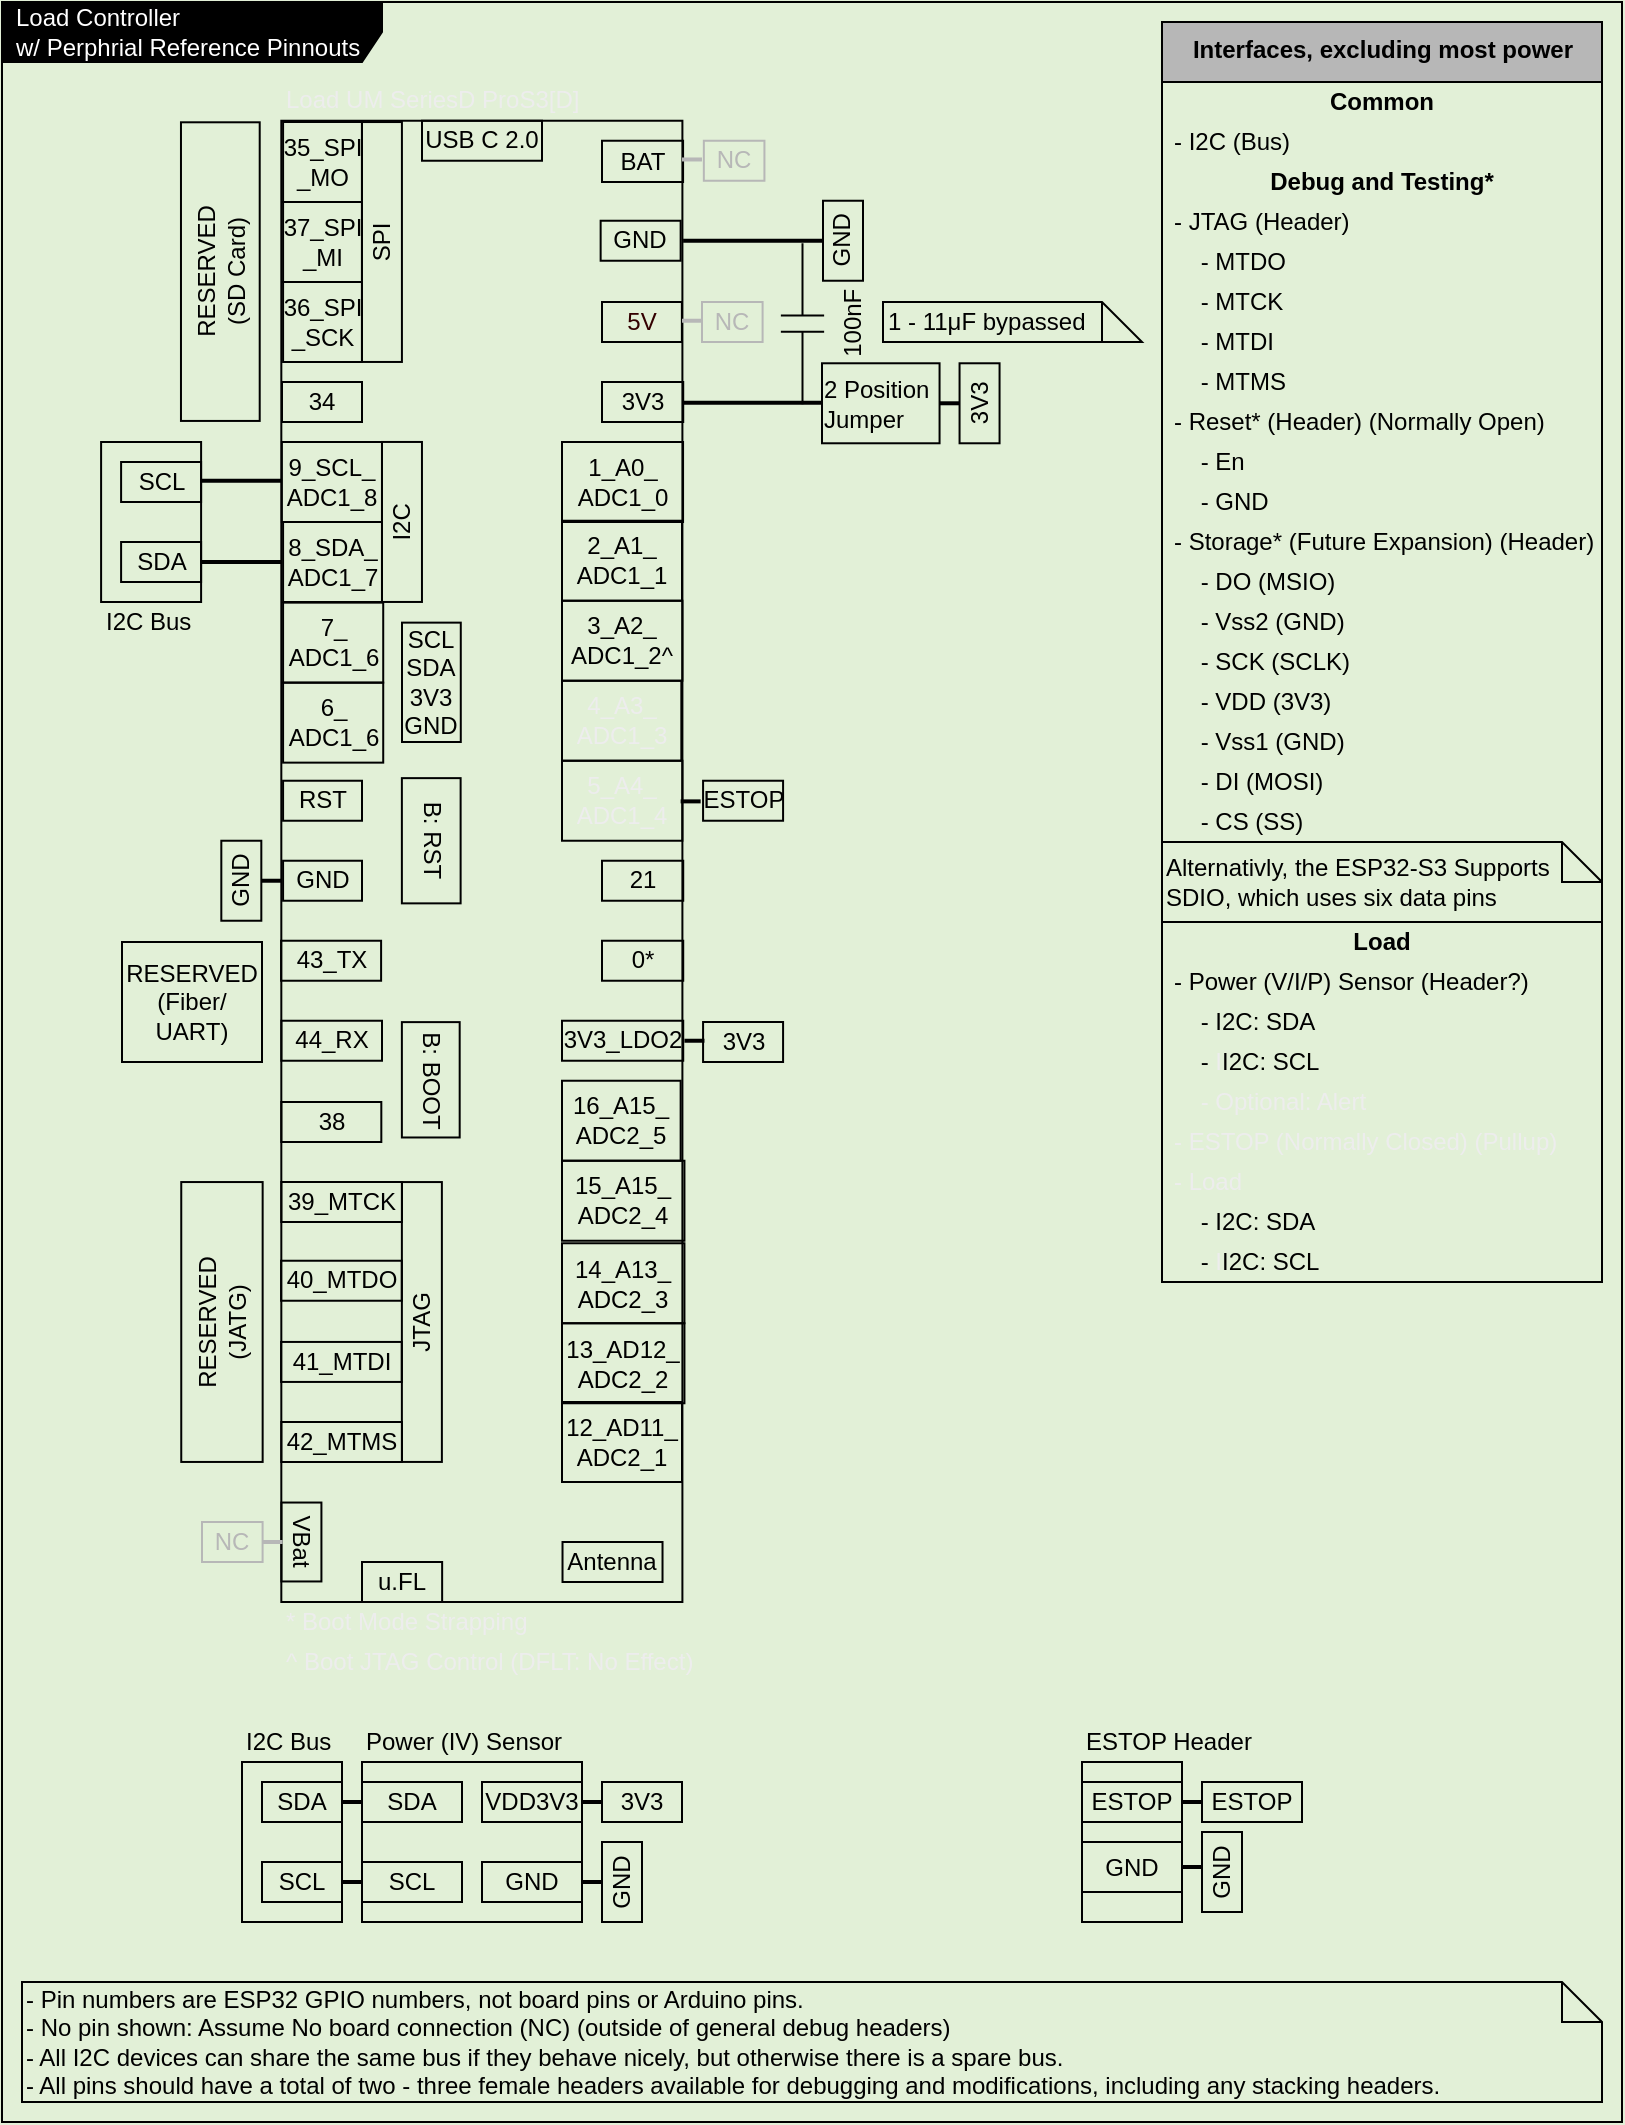
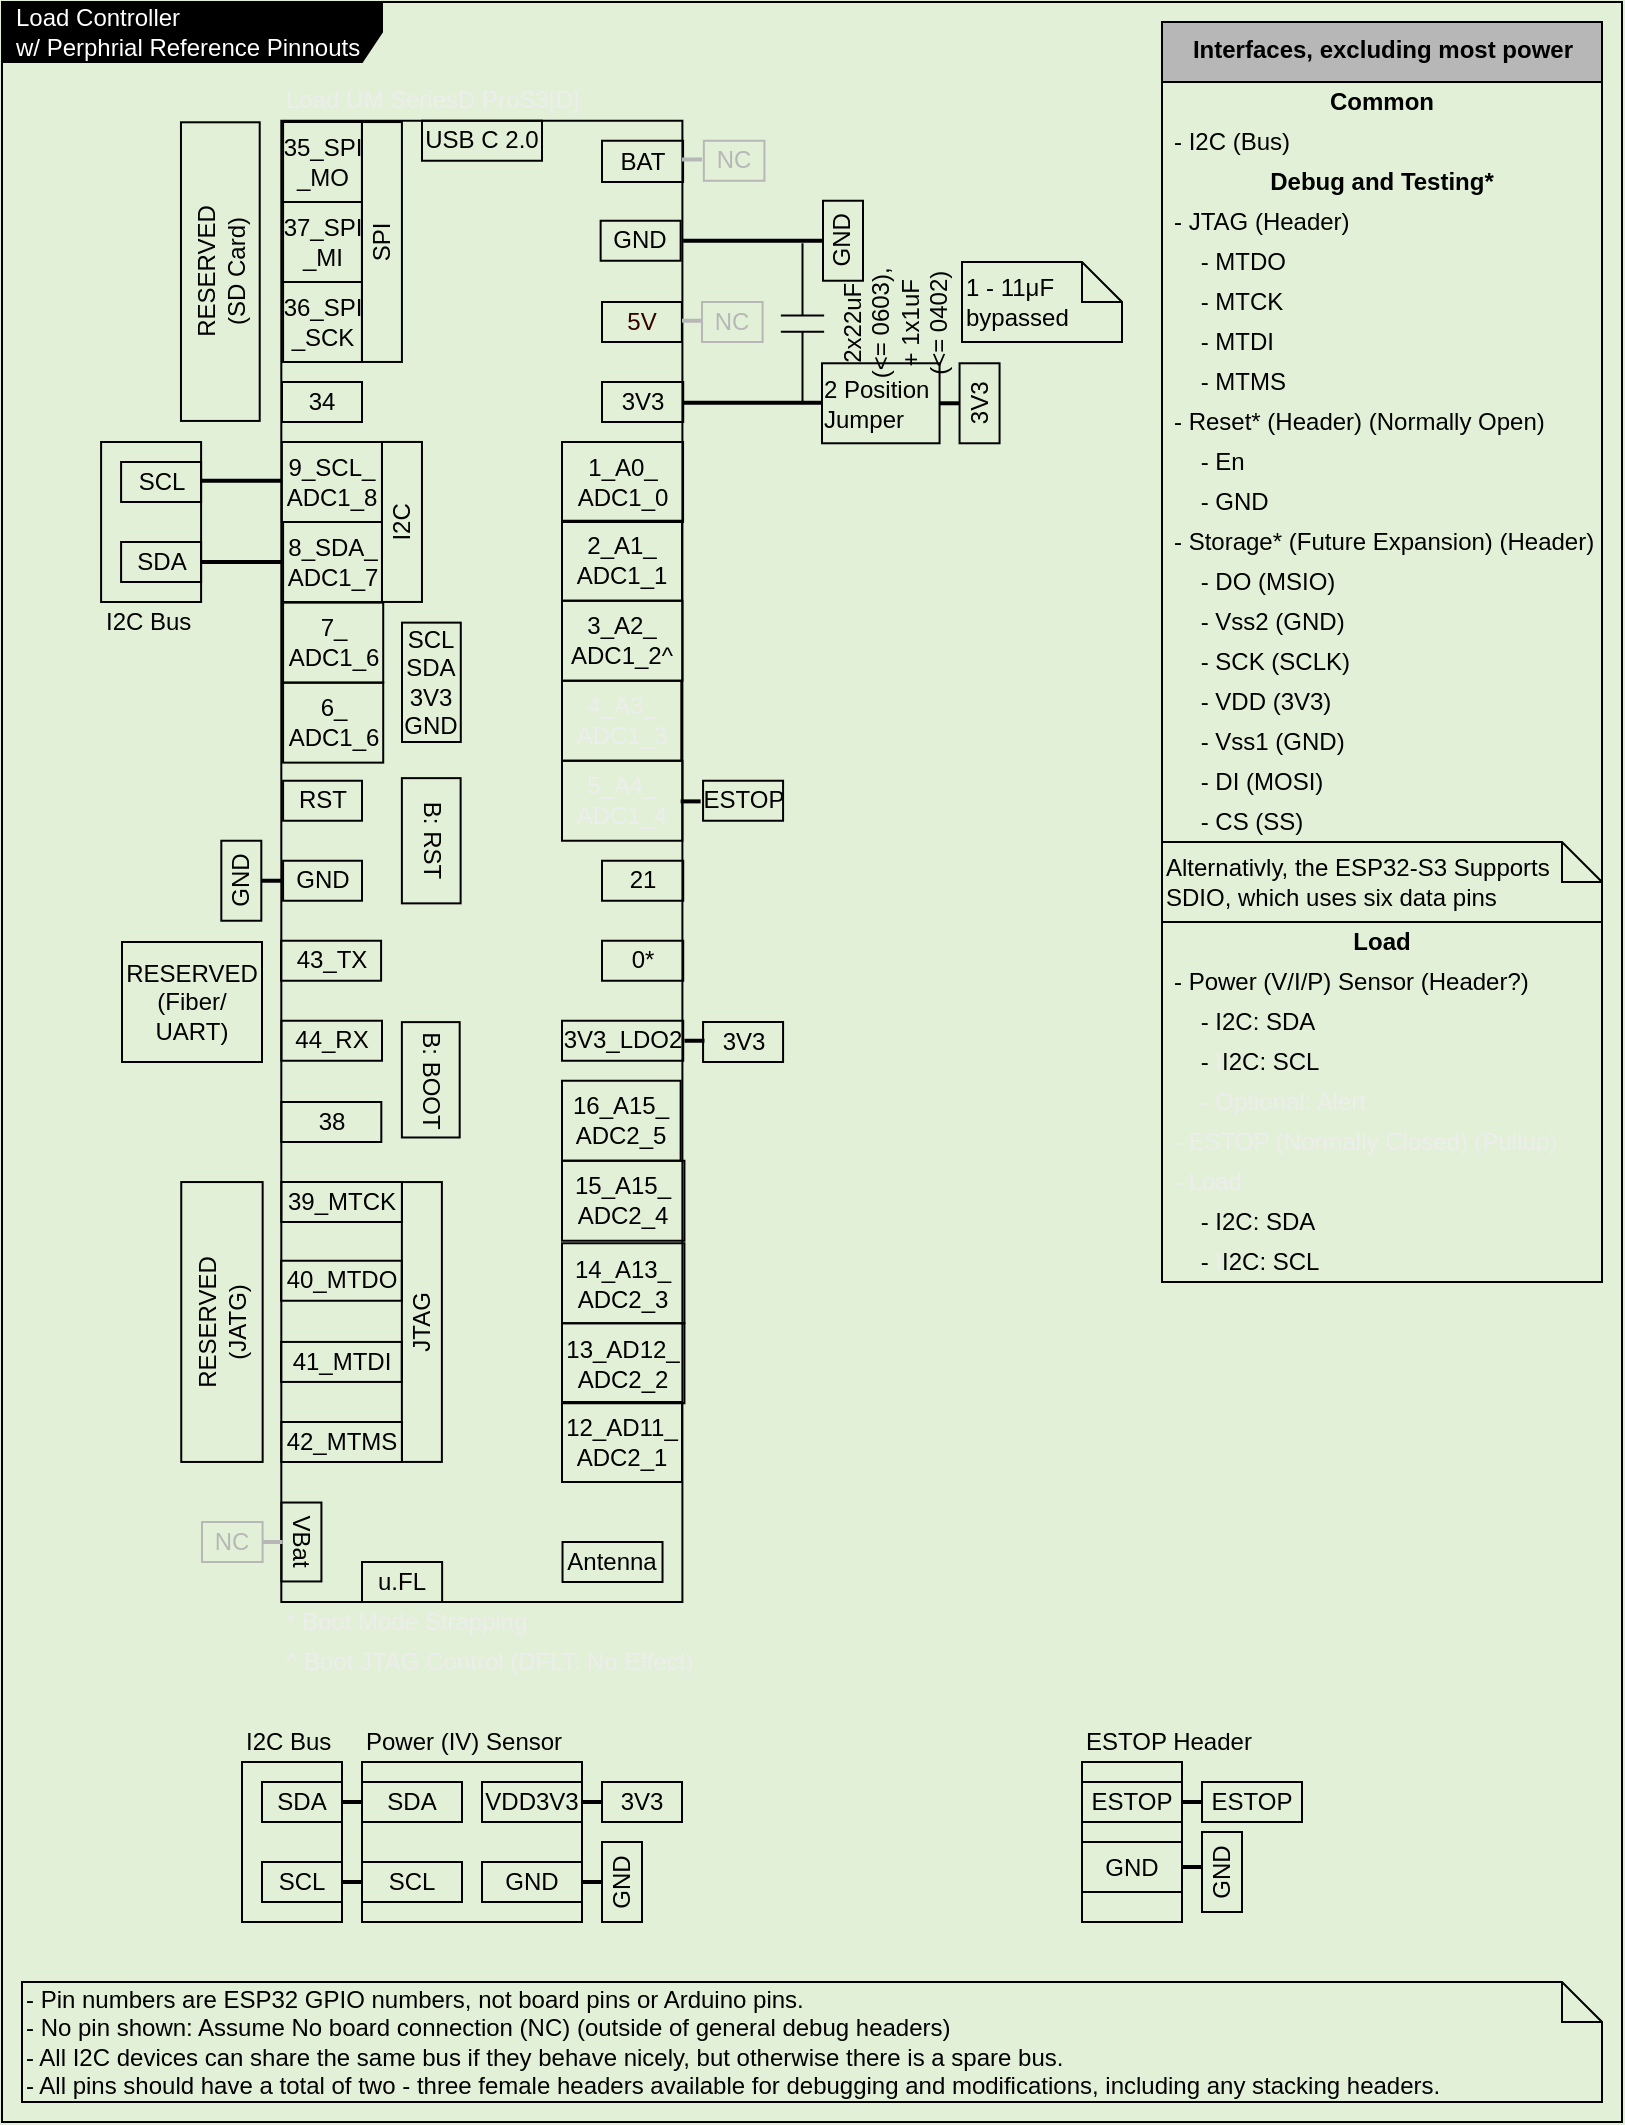
<mxfile host="65bd71144e">
    <diagram id="xW1vHMj48wwB0oUlumkL" name="Page-1">
-         <mxGraphModel dx="702" dy="571" grid="1" gridSize="10" guides="1" tooltips="1" connect="1" arrows="1" fold="1" page="1" pageScale="1" pageWidth="850" pageHeight="1100" background="#E2F0D7" math="0" shadow="0">
+         <mxGraphModel dx="520" dy="423" grid="1" gridSize="10" guides="1" tooltips="1" connect="1" arrows="1" fold="1" page="1" pageScale="1" pageWidth="850" pageHeight="1100" background="#E2F0D7" math="0" shadow="0">
            <root>
                <mxCell id="0"/>
                <mxCell id="1" parent="0"/>
                <mxCell id="1039" value="&lt;font color=&quot;#ffffff&quot;&gt;Load Controller&lt;br&gt;w/ Perphrial Reference Pinnouts&lt;/font&gt;" style="shape=umlFrame;whiteSpace=wrap;html=1;width=190;height=30;boundedLbl=1;verticalAlign=middle;align=left;spacingLeft=5;fontColor=#000000;strokeColor=#000000;fillColor=#000000;gradientColor=#000000;fillStyle=solid;movable=1;resizable=1;rotatable=1;deletable=1;editable=1;connectable=1;fontStyle=4" parent="1" vertex="1">
                    <mxGeometry x="20" y="20" width="810" height="1060" as="geometry"/>
                </mxCell>
                <mxCell id="40" value="&lt;span style=&quot;color: rgba(0, 0, 0, 0); font-family: monospace; font-size: 0px; text-align: start;&quot;&gt;%3CmxGraphModel%3E%3Croot%3E%3CmxCell%20id%3D%220%22%2F%3E%3CmxCell%20id%3D%221%22%20parent%3D%220%22%2F%3E%3CmxCell%20id%3D%222%22%20value%3D%22Common%22%20style%3D%22text%3Bhtml%3D1%3BstrokeColor%3Dnone%3BfillColor%3Dnone%3Balign%3Dcenter%3BverticalAlign%3Dmiddle%3BspacingLeft%3D4%3BspacingRight%3D4%3Boverflow%3Dhidden%3Brotatable%3D0%3Bpoints%3D%5B%5B0%2C0.5%5D%2C%5B1%2C0.5%5D%5D%3BportConstraint%3Deastwest%3BfontColor%3D%23000000%3B%22%20vertex%3D%221%22%20parent%3D%221%22%3E%3CmxGeometry%20x%3D%22530%22%20y%3D%2280%22%20width%3D%22272.5%22%20height%3D%2220%22%20as%3D%22geometry%22%2F%3E%3C%2FmxCell%3E%3C%2Froot%3E%3C%2FmxGraphModel%3E&lt;/span&gt;" style="rounded=0;whiteSpace=wrap;html=1;fillColor=none;strokeColor=#000000;fontColor=#000000;" parent="1" vertex="1">
                    <mxGeometry x="159.66" y="79.37" width="200.54" height="740.63" as="geometry"/>
                </mxCell>
                <mxCell id="41" value="&lt;font style=&quot;color: light-dark(rgb(0, 0, 0), rgb(255, 255, 255));&quot;&gt;35_&lt;/font&gt;&lt;span style=&quot;background-color: transparent;&quot;&gt;&lt;font style=&quot;color: light-dark(rgb(0, 0, 0), rgb(255, 255, 255));&quot;&gt;SPI&lt;/font&gt;&lt;/span&gt;&lt;div&gt;&lt;span style=&quot;background-color: transparent;&quot;&gt;&lt;font style=&quot;color: light-dark(rgb(0, 0, 0), rgb(255, 255, 255));&quot;&gt;_MO&lt;/font&gt;&lt;/span&gt;&lt;/div&gt;" style="text;html=1;strokeColor=#000000;fillColor=none;align=center;verticalAlign=middle;whiteSpace=wrap;rounded=0;fontColor=#000000;" parent="1" vertex="1">
                    <mxGeometry x="160.54" y="80" width="39.46" height="40" as="geometry"/>
                </mxCell>
                <mxCell id="45" value="&lt;span&gt;&lt;font style=&quot;color: light-dark(rgb(237, 237, 237), rgb(255, 255, 255));&quot;&gt;Load UM SeriesD ProS3[D]&lt;/font&gt;&lt;/span&gt;" style="text;html=1;strokeColor=none;fillColor=none;align=left;verticalAlign=middle;whiteSpace=wrap;rounded=0;fontColor=#000000;" parent="1" vertex="1">
                    <mxGeometry x="160" y="59.37" width="200.54" height="20" as="geometry"/>
                </mxCell>
                <mxCell id="46" value="21" style="text;html=1;strokeColor=#000000;fillColor=none;align=center;verticalAlign=middle;whiteSpace=wrap;rounded=0;fontColor=#000000;" parent="1" vertex="1">
                    <mxGeometry x="320" y="449.37" width="40.61" height="20" as="geometry"/>
                </mxCell>
                <mxCell id="50" value="34" style="text;html=1;strokeColor=#000000;fillColor=none;align=center;verticalAlign=middle;whiteSpace=wrap;rounded=0;fontColor=#000000;" parent="1" vertex="1">
                    <mxGeometry x="159.99999999999997" y="210" width="40" height="20" as="geometry"/>
                </mxCell>
                <mxCell id="62" value="&lt;font style=&quot;color: light-dark(rgb(0, 0, 0), rgb(255, 255, 255));&quot;&gt;37_&lt;/font&gt;&lt;span style=&quot;background-color: transparent;&quot;&gt;&lt;font style=&quot;color: light-dark(rgb(0, 0, 0), rgb(255, 255, 255));&quot;&gt;SPI&lt;/font&gt;&lt;/span&gt;&lt;div&gt;&lt;font style=&quot;color: light-dark(rgb(0, 0, 0), rgb(255, 255, 255));&quot;&gt;_MI&lt;/font&gt;&lt;/div&gt;" style="text;html=1;strokeColor=#000000;fillColor=none;align=center;verticalAlign=middle;whiteSpace=wrap;rounded=0;fontColor=#000000;" parent="1" vertex="1">
                    <mxGeometry x="160.54" y="120" width="39.46" height="40" as="geometry"/>
                </mxCell>
                <mxCell id="64" value="&lt;font style=&quot;color: light-dark(rgb(0, 0, 0), rgb(255, 255, 255));&quot;&gt;36_&lt;/font&gt;&lt;span style=&quot;background-color: transparent;&quot;&gt;&lt;font style=&quot;color: light-dark(rgb(0, 0, 0), rgb(255, 255, 255));&quot;&gt;SPI&lt;/font&gt;&lt;/span&gt;&lt;div&gt;&lt;span style=&quot;background-color: transparent;&quot;&gt;&lt;font style=&quot;color: light-dark(rgb(0, 0, 0), rgb(255, 255, 255));&quot;&gt;_&lt;/font&gt;&lt;/span&gt;&lt;span style=&quot;background-color: transparent;&quot;&gt;&lt;font style=&quot;color: light-dark(rgb(0, 0, 0), rgb(255, 255, 255));&quot;&gt;SCK&lt;/font&gt;&lt;/span&gt;&lt;/div&gt;" style="text;html=1;strokeColor=#000000;fillColor=none;align=center;verticalAlign=middle;whiteSpace=wrap;rounded=0;fontColor=#000000;" parent="1" vertex="1">
                    <mxGeometry x="160.54" y="160" width="39.46" height="40" as="geometry"/>
                </mxCell>
                <mxCell id="66" value="RST" style="text;html=1;strokeColor=#000000;fillColor=none;align=center;verticalAlign=middle;whiteSpace=wrap;rounded=0;fontColor=#000000;" parent="1" vertex="1">
                    <mxGeometry x="160.54" y="409.37" width="39.46" height="20" as="geometry"/>
                </mxCell>
                <mxCell id="73" value="1_A0_&lt;br&gt;ADC1_0" style="text;html=1;strokeColor=#000000;fillColor=none;align=center;verticalAlign=middle;whiteSpace=wrap;rounded=0;fontColor=#000000;" parent="1" vertex="1">
                    <mxGeometry x="300" y="240" width="60.53" height="40" as="geometry"/>
                </mxCell>
                <mxCell id="110" value="&lt;span&gt;&lt;font style=&quot;color: light-dark(rgb(237, 237, 237), rgb(255, 255, 255));&quot;&gt;5_A4_&lt;br&gt;ADC1_4&lt;/font&gt;&lt;/span&gt;" style="text;html=1;strokeColor=#000000;fillColor=none;align=center;verticalAlign=middle;whiteSpace=wrap;rounded=0;fontColor=#000000;" parent="1" vertex="1">
                    <mxGeometry x="300" y="399.37" width="60.2" height="40" as="geometry"/>
                </mxCell>
                <mxCell id="111" value="43_TX" style="text;html=1;strokeColor=#000000;fillColor=none;align=center;verticalAlign=middle;whiteSpace=wrap;rounded=0;fontColor=#000000;" parent="1" vertex="1">
                    <mxGeometry x="159.54999999999995" y="489.37" width="50" height="20" as="geometry"/>
                </mxCell>
                <mxCell id="113" value="44_RX" style="text;html=1;strokeColor=#000000;fillColor=none;align=center;verticalAlign=middle;whiteSpace=wrap;rounded=0;fontColor=#000000;" parent="1" vertex="1">
                    <mxGeometry x="159.69" y="529.37" width="50.31" height="20" as="geometry"/>
                </mxCell>
                <mxCell id="115" value="5V" style="text;html=1;strokeColor=#000000;fillColor=none;align=center;verticalAlign=middle;whiteSpace=wrap;rounded=0;fontColor=#330000;" parent="1" vertex="1">
                    <mxGeometry x="320" y="170" width="39.94" height="20" as="geometry"/>
                </mxCell>
                <mxCell id="131" value="USB C 2.0" style="text;html=1;strokeColor=#000000;fillColor=none;align=center;verticalAlign=middle;whiteSpace=wrap;rounded=0;fontColor=#000000;" parent="1" vertex="1">
                    <mxGeometry x="230" y="79.37" width="60" height="20" as="geometry"/>
                </mxCell>
                <mxCell id="297" value="&lt;font style=&quot;color: light-dark(rgb(0, 0, 0), rgb(255, 255, 255));&quot;&gt;&lt;b style=&quot;&quot;&gt;Interfaces, excluding most power&lt;/b&gt;&lt;/font&gt;" style="swimlane;fontStyle=0;align=center;verticalAlign=top;childLayout=stackLayout;horizontal=1;startSize=30;horizontalStack=0;resizeParent=1;resizeParentMax=0;resizeLast=0;collapsible=0;marginBottom=0;html=1;fontColor=#000000;strokeColor=#000000;fillColor=#b7b7b7;" parent="1" vertex="1">
                    <mxGeometry x="600" y="30" width="220" height="630" as="geometry"/>
                </mxCell>
                <mxCell id="298" value="&lt;b&gt;&lt;font style=&quot;color: light-dark(rgb(0, 0, 0), rgb(255, 255, 255));&quot;&gt;Common&lt;/font&gt;&lt;/b&gt;" style="text;html=1;strokeColor=none;fillColor=none;align=center;verticalAlign=middle;spacingLeft=4;spacingRight=4;overflow=hidden;rotatable=0;points=[[0,0.5],[1,0.5]];portConstraint=eastwest;fontColor=#000000;" parent="297" vertex="1">
                    <mxGeometry y="30" width="220" height="20" as="geometry"/>
                </mxCell>
                <mxCell id="299" value="- I2C (Bus)" style="text;html=1;align=left;verticalAlign=middle;spacingLeft=4;spacingRight=4;overflow=hidden;rotatable=0;points=[[0,0.5],[1,0.5]];portConstraint=eastwest;fontColor=#000000;strokeColor=none;" parent="297" vertex="1">
                    <mxGeometry y="50" width="220" height="20" as="geometry"/>
                </mxCell>
                <mxCell id="302" value="&lt;b&gt;&lt;font style=&quot;color: light-dark(rgb(0, 0, 0), rgb(255, 255, 255));&quot;&gt;Debug and Testing*&lt;/font&gt;&lt;/b&gt;" style="text;html=1;strokeColor=none;fillColor=none;align=center;verticalAlign=middle;spacingLeft=4;spacingRight=4;overflow=hidden;rotatable=0;points=[[0,0.5],[1,0.5]];portConstraint=eastwest;fontColor=#000000;" parent="297" vertex="1">
                    <mxGeometry y="70" width="220" height="20" as="geometry"/>
                </mxCell>
                <mxCell id="309" value="- JTAG (Header)" style="text;html=1;align=left;verticalAlign=middle;spacingLeft=4;spacingRight=4;overflow=hidden;rotatable=0;points=[[0,0.5],[1,0.5]];portConstraint=eastwest;fontColor=#000000;strokeColor=none;" parent="297" vertex="1">
                    <mxGeometry y="90" width="220" height="20" as="geometry"/>
                </mxCell>
                <mxCell id="313" value="&amp;nbsp; &amp;nbsp; - MTDO" style="text;html=1;align=left;verticalAlign=middle;spacingLeft=4;spacingRight=4;overflow=hidden;rotatable=0;points=[[0,0.5],[1,0.5]];portConstraint=eastwest;fontColor=#000000;strokeColor=none;" parent="297" vertex="1">
                    <mxGeometry y="110" width="220" height="20" as="geometry"/>
                </mxCell>
                <mxCell id="314" value="&amp;nbsp; &amp;nbsp; - MTCK" style="text;html=1;align=left;verticalAlign=middle;spacingLeft=4;spacingRight=4;overflow=hidden;rotatable=0;points=[[0,0.5],[1,0.5]];portConstraint=eastwest;fontColor=#000000;strokeColor=none;" parent="297" vertex="1">
                    <mxGeometry y="130" width="220" height="20" as="geometry"/>
                </mxCell>
                <mxCell id="315" value="&amp;nbsp; &amp;nbsp; - MTDI" style="text;html=1;align=left;verticalAlign=middle;spacingLeft=4;spacingRight=4;overflow=hidden;rotatable=0;points=[[0,0.5],[1,0.5]];portConstraint=eastwest;fontColor=#000000;strokeColor=none;" parent="297" vertex="1">
                    <mxGeometry y="150" width="220" height="20" as="geometry"/>
                </mxCell>
                <mxCell id="310" value="&amp;nbsp; &amp;nbsp; - MTMS" style="text;html=1;align=left;verticalAlign=middle;spacingLeft=4;spacingRight=4;overflow=hidden;rotatable=0;points=[[0,0.5],[1,0.5]];portConstraint=eastwest;fontColor=#000000;strokeColor=none;" parent="297" vertex="1">
                    <mxGeometry y="170" width="220" height="20" as="geometry"/>
                </mxCell>
                <mxCell id="303" value="- Reset* (Header) (Normally Open)" style="text;html=1;align=left;verticalAlign=middle;spacingLeft=4;spacingRight=4;overflow=hidden;rotatable=0;points=[[0,0.5],[1,0.5]];portConstraint=eastwest;fontColor=#000000;strokeColor=none;" parent="297" vertex="1">
                    <mxGeometry y="190" width="220" height="20" as="geometry"/>
                </mxCell>
                <mxCell id="304" value="&amp;nbsp; &amp;nbsp; - En" style="text;html=1;align=left;verticalAlign=middle;spacingLeft=4;spacingRight=4;overflow=hidden;rotatable=0;points=[[0,0.5],[1,0.5]];portConstraint=eastwest;fontColor=#000000;strokeColor=none;" parent="297" vertex="1">
                    <mxGeometry y="210" width="220" height="20" as="geometry"/>
                </mxCell>
                <mxCell id="305" value="&amp;nbsp; &amp;nbsp; - GND" style="text;html=1;align=left;verticalAlign=middle;spacingLeft=4;spacingRight=4;overflow=hidden;rotatable=0;points=[[0,0.5],[1,0.5]];portConstraint=eastwest;fontColor=#000000;strokeColor=none;" parent="297" vertex="1">
                    <mxGeometry y="230" width="220" height="20" as="geometry"/>
                </mxCell>
                <mxCell id="316" value="- Storage* (Future Expansion) (Header)" style="text;html=1;align=left;verticalAlign=middle;spacingLeft=4;spacingRight=4;overflow=hidden;rotatable=0;points=[[0,0.5],[1,0.5]];portConstraint=eastwest;fontColor=#000000;strokeColor=none;" parent="297" vertex="1">
                    <mxGeometry y="250" width="220" height="20" as="geometry"/>
                </mxCell>
                <mxCell id="317" value="&lt;font style=&quot;&quot;&gt;&lt;font style=&quot;color: light-dark(rgb(0, 0, 0), rgb(255, 255, 255));&quot;&gt;&amp;nbsp; &amp;nbsp; -&amp;nbsp;&lt;/font&gt;&lt;span style=&quot;text-align: center;&quot;&gt;&lt;font style=&quot;color: light-dark(rgb(0, 0, 0), rgb(255, 255, 255));&quot;&gt;DO (MSIO)&lt;/font&gt;&lt;/span&gt;&lt;/font&gt;" style="text;html=1;align=left;verticalAlign=middle;spacingLeft=4;spacingRight=4;overflow=hidden;rotatable=0;points=[[0,0.5],[1,0.5]];portConstraint=eastwest;fontColor=#000000;strokeColor=none;" parent="297" vertex="1">
                    <mxGeometry y="270" width="220" height="20" as="geometry"/>
                </mxCell>
                <mxCell id="318" value="&amp;nbsp; &amp;nbsp; - Vss2 (GND)" style="text;html=1;align=left;verticalAlign=middle;spacingLeft=4;spacingRight=4;overflow=hidden;rotatable=0;points=[[0,0.5],[1,0.5]];portConstraint=eastwest;fontColor=#000000;strokeColor=none;" parent="297" vertex="1">
                    <mxGeometry y="290" width="220" height="20" as="geometry"/>
                </mxCell>
                <mxCell id="319" value="&lt;font&gt;&lt;font style=&quot;color: light-dark(rgb(0, 0, 0), rgb(255, 255, 255));&quot;&gt;&amp;nbsp; &amp;nbsp; -&amp;nbsp;&lt;/font&gt;&lt;span style=&quot;text-align: center;&quot;&gt;&lt;font style=&quot;color: light-dark(rgb(0, 0, 0), rgb(255, 255, 255));&quot;&gt;SCK (SCLK)&lt;/font&gt;&lt;/span&gt;&lt;/font&gt;" style="text;html=1;align=left;verticalAlign=middle;spacingLeft=4;spacingRight=4;overflow=hidden;rotatable=0;points=[[0,0.5],[1,0.5]];portConstraint=eastwest;fontColor=#000000;strokeColor=none;" parent="297" vertex="1">
                    <mxGeometry y="310" width="220" height="20" as="geometry"/>
                </mxCell>
                <mxCell id="320" value="&amp;nbsp; &amp;nbsp; - VDD (3V3)" style="text;html=1;align=left;verticalAlign=middle;spacingLeft=4;spacingRight=4;overflow=hidden;rotatable=0;points=[[0,0.5],[1,0.5]];portConstraint=eastwest;fontColor=#000000;strokeColor=none;" parent="297" vertex="1">
                    <mxGeometry y="330" width="220" height="20" as="geometry"/>
                </mxCell>
                <mxCell id="321" value="&amp;nbsp; &amp;nbsp; - Vss1 (GND)" style="text;html=1;align=left;verticalAlign=middle;spacingLeft=4;spacingRight=4;overflow=hidden;rotatable=0;points=[[0,0.5],[1,0.5]];portConstraint=eastwest;fontColor=#000000;strokeColor=none;" parent="297" vertex="1">
                    <mxGeometry y="350" width="220" height="20" as="geometry"/>
                </mxCell>
                <mxCell id="322" value="&lt;font style=&quot;&quot;&gt;&lt;font style=&quot;color: light-dark(rgb(0, 0, 0), rgb(255, 255, 255));&quot;&gt;&amp;nbsp; &amp;nbsp; -&amp;nbsp;&lt;/font&gt;&lt;span style=&quot;text-align: center;&quot;&gt;&lt;font style=&quot;color: light-dark(rgb(0, 0, 0), rgb(255, 255, 255));&quot;&gt;DI (MOSI)&lt;/font&gt;&lt;/span&gt;&lt;/font&gt;" style="text;html=1;align=left;verticalAlign=middle;spacingLeft=4;spacingRight=4;overflow=hidden;rotatable=0;points=[[0,0.5],[1,0.5]];portConstraint=eastwest;fontColor=#000000;strokeColor=none;" parent="297" vertex="1">
                    <mxGeometry y="370" width="220" height="20" as="geometry"/>
                </mxCell>
                <mxCell id="323" value="&amp;nbsp; &amp;nbsp; - CS (SS)" style="text;html=1;align=left;verticalAlign=middle;spacingLeft=4;spacingRight=4;overflow=hidden;rotatable=0;points=[[0,0.5],[1,0.5]];portConstraint=eastwest;fontColor=#000000;strokeColor=none;" parent="297" vertex="1">
                    <mxGeometry y="390" width="220" height="20" as="geometry"/>
                </mxCell>
                <mxCell id="1059" value="&lt;font style=&quot;color: light-dark(rgb(0, 0, 0), rgb(255, 255, 255));&quot;&gt;Alternativly, the ESP32-S3 Supports SDIO, which uses six data pins&lt;/font&gt;" style="shape=note;size=20;whiteSpace=wrap;html=1;strokeColor=#000000;fontColor=#000000;fillColor=none;align=left;" parent="297" vertex="1">
                    <mxGeometry y="410" width="220" height="40" as="geometry"/>
                </mxCell>
                <mxCell id="509" value="&lt;b&gt;&lt;font style=&quot;color: light-dark(rgb(0, 0, 0), rgb(255, 255, 255));&quot;&gt;Load&lt;/font&gt;&lt;/b&gt;" style="text;html=1;strokeColor=none;fillColor=none;align=center;verticalAlign=middle;spacingLeft=4;spacingRight=4;overflow=hidden;rotatable=0;points=[[0,0.5],[1,0.5]];portConstraint=eastwest;fontColor=#000000;" parent="297" vertex="1">
                    <mxGeometry y="450" width="220" height="20" as="geometry"/>
                </mxCell>
                <mxCell id="510" value="&lt;font style=&quot;color: light-dark(rgb(0, 0, 0), rgb(255, 255, 255));&quot;&gt;- Power (V/I/P) Sensor (Header?)&lt;span style=&quot;scrollbar-color: rgb(75, 75, 75) rgb(27, 29, 30); font-family: monospace; font-size: 0px;&quot;&gt;%3CmxGraphModel%3E%3Croot%3E%3CmxCell%20id%3D%220%22%2F%3E%3CmxCell%20id%3D%221%22%20parent%3D%220%22%2F%3E%3CmxCell%20id%3D%222%22%20value%3D%22%26amp%3Bnbsp%3B%20%26amp%3Bnbsp%3B%20-%20CS%20(SS)%22%20style%3D%22text%3Bhtml%3D1%3Balign%3Dleft%3BverticalAlign%3Dmiddle%3BspacingLeft%3D4%3BspacingRight%3D4%3Boverflow%3Dhidden%3Brotatable%3D0%3Bpoints%3D%5B%5B0%2C0.5%5D%2C%5B1%2C0.5%5D%5D%3BportConstraint%3Deastwest%3BfontColor%3D%23000000%3BstrokeColor%3Dnone%3B%22%20vertex%3D%221%22%20parent%3D%221%22%3E%3CmxGeometry%20x%3D%22610%22%20y%3D%22575%22%20width%3D%22220%22%20height%3D%2220%22%20as%3D%22geometry%22%2F%3E%3C%2FmxCell%3E%3C%2Froot%3E%3C%2FmxGraphModel%3E&lt;/span&gt;&lt;/font&gt;" style="text;html=1;align=left;verticalAlign=middle;spacingLeft=4;spacingRight=4;overflow=hidden;rotatable=0;points=[[0,0.5],[1,0.5]];portConstraint=eastwest;fontColor=#000000;strokeColor=none;" parent="297" vertex="1">
                    <mxGeometry y="470" width="220" height="20" as="geometry"/>
                </mxCell>
                <mxCell id="617" value="&amp;nbsp; &amp;nbsp; - I2C: SDA" style="text;html=1;align=left;verticalAlign=middle;spacingLeft=4;spacingRight=4;overflow=hidden;rotatable=0;points=[[0,0.5],[1,0.5]];portConstraint=eastwest;fontColor=#000000;strokeColor=none;" parent="297" vertex="1">
                    <mxGeometry y="490" width="220" height="20" as="geometry"/>
                </mxCell>
                <mxCell id="618" value="&amp;nbsp; &amp;nbsp; -&amp;nbsp;&lt;span style=&quot;color: rgb(237, 237, 237);&quot;&gt;I&lt;/span&gt;I2C: SCL" style="text;html=1;align=left;verticalAlign=middle;spacingLeft=4;spacingRight=4;overflow=hidden;rotatable=0;points=[[0,0.5],[1,0.5]];portConstraint=eastwest;fontColor=#000000;strokeColor=none;" parent="297" vertex="1">
                    <mxGeometry y="510" width="220" height="20" as="geometry"/>
                </mxCell>
                <mxCell id="515" value="&lt;span&gt;&lt;font style=&quot;color: light-dark(rgb(237, 237, 237), rgb(255, 255, 255));&quot;&gt;&amp;nbsp; &amp;nbsp; - Optional: Alert&lt;/font&gt;&lt;/span&gt;" style="text;html=1;align=left;verticalAlign=middle;spacingLeft=4;spacingRight=4;overflow=hidden;rotatable=0;points=[[0,0.5],[1,0.5]];portConstraint=eastwest;fontColor=#000000;strokeColor=none;" parent="297" vertex="1">
                    <mxGeometry y="530" width="220" height="20" as="geometry"/>
                </mxCell>
                <mxCell id="516" value="&lt;span&gt;&lt;font style=&quot;color: light-dark(rgb(237, 237, 237), rgb(255, 255, 255));&quot;&gt;- ESTOP (Normally Closed) (Pullup)&lt;/font&gt;&lt;/span&gt;" style="text;html=1;align=left;verticalAlign=middle;spacingLeft=4;spacingRight=4;overflow=hidden;rotatable=0;points=[[0,0.5],[1,0.5]];portConstraint=eastwest;fontColor=#000000;strokeColor=none;" parent="297" vertex="1">
                    <mxGeometry y="550" width="220" height="20" as="geometry"/>
                </mxCell>
                <mxCell id="1044" value="&lt;span&gt;&lt;font style=&quot;color: light-dark(rgb(237, 237, 237), rgb(255, 255, 255));&quot;&gt;- Load&lt;/font&gt;&lt;/span&gt;" style="text;html=1;align=left;verticalAlign=middle;spacingLeft=4;spacingRight=4;overflow=hidden;rotatable=0;points=[[0,0.5],[1,0.5]];portConstraint=eastwest;fontColor=#000000;strokeColor=none;" parent="297" vertex="1">
                    <mxGeometry y="570" width="220" height="20" as="geometry"/>
                </mxCell>
                <mxCell id="1068" value="&amp;nbsp; &amp;nbsp; - I2C: SDA" style="text;html=1;align=left;verticalAlign=middle;spacingLeft=4;spacingRight=4;overflow=hidden;rotatable=0;points=[[0,0.5],[1,0.5]];portConstraint=eastwest;fontColor=#000000;strokeColor=none;" parent="297" vertex="1">
                    <mxGeometry y="590" width="220" height="20" as="geometry"/>
                </mxCell>
                <mxCell id="1069" value="&amp;nbsp; &amp;nbsp; -&amp;nbsp;&lt;span style=&quot;color: rgb(237, 237, 237);&quot;&gt;I&lt;/span&gt;I2C: SCL" style="text;html=1;align=left;verticalAlign=middle;spacingLeft=4;spacingRight=4;overflow=hidden;rotatable=0;points=[[0,0.5],[1,0.5]];portConstraint=eastwest;fontColor=#000000;strokeColor=none;" parent="297" vertex="1">
                    <mxGeometry y="610" width="220" height="20" as="geometry"/>
                </mxCell>
                <mxCell id="432" value="&lt;span&gt;&lt;font style=&quot;color: light-dark(rgb(237, 237, 237), rgb(255, 255, 255));&quot;&gt;* Boot Mode Strapping&lt;/font&gt;&lt;/span&gt;" style="text;html=1;strokeColor=none;fillColor=none;align=left;verticalAlign=middle;whiteSpace=wrap;rounded=0;fontColor=#000000;" parent="1" vertex="1">
                    <mxGeometry x="159.55" y="820" width="200.45" height="20" as="geometry"/>
                </mxCell>
                <mxCell id="455" value="&lt;div&gt;&lt;span&gt;&lt;font style=&quot;color: light-dark(rgb(0, 0, 0), rgb(255, 255, 255));&quot;&gt;- Pin numbers are ESP32 GPIO numbers, not board pins or Arduino pins.&lt;/font&gt;&lt;/span&gt;&lt;/div&gt;- No pin shown: Assume No board connection (NC) (outside of general debug headers)&lt;br&gt;- All I2C devices can share the same bus if they behave nicely, but otherwise there is a spare bus.&lt;div&gt;&lt;font style=&quot;color: light-dark(rgb(0, 0, 0), rgb(255, 255, 255));&quot;&gt;- All pins should have a total of two - three female headers available for debugging and modifications, including any stacking headers.&lt;/font&gt;&lt;/div&gt;" style="shape=note;size=20;whiteSpace=wrap;html=1;strokeColor=#000000;fontColor=#000000;fillColor=none;align=left;" parent="1" vertex="1">
                    <mxGeometry x="30" y="1010" width="790" height="60" as="geometry"/>
                </mxCell>
                <mxCell id="720" value="B: RST" style="text;html=1;strokeColor=#000000;fillColor=none;align=center;verticalAlign=middle;whiteSpace=wrap;rounded=0;fontColor=#000000;rotation=90;" parent="1" vertex="1">
                    <mxGeometry x="203.32" y="424.69" width="62.61" height="29.37" as="geometry"/>
                </mxCell>
                <mxCell id="721" value="B: BOOT" style="text;html=1;strokeColor=#000000;fillColor=none;align=center;verticalAlign=middle;whiteSpace=wrap;rounded=0;fontColor=#000000;rotation=90;" parent="1" vertex="1">
                    <mxGeometry x="205.55" y="544.45" width="57.68" height="28.9" as="geometry"/>
                </mxCell>
                <mxCell id="724" value="BAT" style="text;html=1;strokeColor=#000000;fillColor=none;align=center;verticalAlign=middle;whiteSpace=wrap;rounded=0;fontColor=#000000;rotation=0;" parent="1" vertex="1">
                    <mxGeometry x="320" y="89.37" width="40.54" height="20.63" as="geometry"/>
                </mxCell>
                <mxCell id="725" value="GND" style="text;html=1;strokeColor=#000000;fillColor=none;align=center;verticalAlign=middle;whiteSpace=wrap;rounded=0;fontColor=#000000;rotation=-90;" parent="1" vertex="1">
                    <mxGeometry x="119.66" y="449.37" width="40" height="20" as="geometry"/>
                </mxCell>
                <mxCell id="727" value="" style="line;strokeWidth=2;html=1;strokeColor=#000000;fontColor=#000000;" parent="1" vertex="1">
                    <mxGeometry x="149.66" y="454.37" width="10" height="10" as="geometry"/>
                </mxCell>
                <mxCell id="731" value="SPI" style="text;html=1;strokeColor=#000000;fillColor=none;align=center;verticalAlign=middle;whiteSpace=wrap;rounded=0;fontColor=#000000;rotation=-90;" parent="1" vertex="1">
                    <mxGeometry x="149.98" y="130" width="119.96" height="20" as="geometry"/>
                </mxCell>
                <mxCell id="741" value="Antenna" style="text;html=1;strokeColor=#000000;fillColor=none;align=center;verticalAlign=middle;whiteSpace=wrap;rounded=0;fontColor=#000000;" parent="1" vertex="1">
                    <mxGeometry x="300.26" y="790" width="50" height="20" as="geometry"/>
                </mxCell>
                <mxCell id="750" value="GND" style="text;html=1;strokeColor=#000000;fillColor=none;align=center;verticalAlign=middle;whiteSpace=wrap;rounded=0;fontColor=#000000;" parent="1" vertex="1">
                    <mxGeometry x="319.32" y="129.37" width="40" height="20" as="geometry"/>
                </mxCell>
                <mxCell id="751" value="GND" style="text;html=1;strokeColor=#000000;fillColor=none;align=center;verticalAlign=middle;whiteSpace=wrap;rounded=0;fontColor=#000000;rotation=-90;" parent="1" vertex="1">
                    <mxGeometry x="420.5" y="129.37" width="40" height="20" as="geometry"/>
                </mxCell>
                <mxCell id="755" value="" style="line;strokeWidth=2;html=1;strokeColor=#000000;fontColor=#000000;" parent="1" vertex="1">
                    <mxGeometry x="360.54" y="134.37" width="69.46" height="10" as="geometry"/>
                </mxCell>
                <mxCell id="769" value="16_A15_&lt;br&gt;ADC2_5" style="text;html=1;strokeColor=#000000;fillColor=none;align=center;verticalAlign=middle;whiteSpace=wrap;rounded=0;fontColor=#000000;" parent="1" vertex="1">
                    <mxGeometry x="300" y="559.37" width="59.32" height="40" as="geometry"/>
                </mxCell>
                <mxCell id="770" value="13_AD12_&lt;br&gt;ADC2_2&lt;span style=&quot;font-family: monospace; font-size: 0px; text-align: start; text-wrap-mode: nowrap;&quot;&gt;%3CmxGraphModel%3E%3Croot%3E%3CmxCell%20id%3D%220%22%2F%3E%3CmxCell%20id%3D%221%22%20parent%3D%220%22%2F%3E%3CmxCell%20id%3D%222%22%20value%3D%2215_A15_%26lt%3Bbr%26gt%3BADC2_4%22%20style%3D%22text%3Bhtml%3D1%3BstrokeColor%3D%23000000%3BfillColor%3Dnone%3Balign%3Dcenter%3BverticalAlign%3Dmiddle%3BwhiteSpace%3Dwrap%3Brounded%3D0%3BfontColor%3D%23000000%3B%22%20vertex%3D%221%22%20parent%3D%221%22%3E%3CmxGeometry%20x%3D%22251.82%22%20y%3D%22599.37%22%20width%3D%2289.4%22%20height%3D%2240%22%20as%3D%22geometry%22%2F%3E%3C%2FmxCell%3E%3C%2Froot%3E%3C%2FmxGraphModel%3E&lt;/span&gt;" style="text;html=1;strokeColor=#000000;fillColor=none;align=center;verticalAlign=middle;whiteSpace=wrap;rounded=0;fontColor=#000000;" parent="1" vertex="1">
                    <mxGeometry x="300" y="680.63" width="61.22" height="40" as="geometry"/>
                </mxCell>
                <mxCell id="847" value="RESERVED&lt;div&gt;(SD Card)&lt;/div&gt;" style="text;html=1;strokeColor=#000000;fillColor=none;align=center;verticalAlign=middle;whiteSpace=wrap;rounded=0;fontColor=#000000;rotation=-90;" parent="1" vertex="1">
                    <mxGeometry x="54.51" y="135.12" width="149.32" height="39.37" as="geometry"/>
                </mxCell>
                <mxCell id="854" value="" style="group" parent="1" vertex="1" connectable="0">
                    <mxGeometry x="360.00000000000006" y="89.37" width="41.21999999999997" height="20" as="geometry"/>
                </mxCell>
                <mxCell id="855" value="NC" style="text;html=1;strokeColor=#B7B7B7;fillColor=none;align=center;verticalAlign=middle;whiteSpace=wrap;rounded=0;fontColor=#B7B7B7;" parent="854" vertex="1">
                    <mxGeometry x="10.919999999999959" width="30.3" height="20" as="geometry"/>
                </mxCell>
                <mxCell id="856" value="" style="line;strokeWidth=2;html=1;strokeColor=#B7B7B7;fontColor=#000000;" parent="854" vertex="1">
                    <mxGeometry y="4.3700000000000045" width="10" height="10" as="geometry"/>
                </mxCell>
                <mxCell id="894" value="2_A1_&lt;br&gt;ADC1_1" style="text;html=1;strokeColor=#000000;fillColor=none;align=center;verticalAlign=middle;whiteSpace=wrap;rounded=0;fontColor=#000000;" parent="1" vertex="1">
                    <mxGeometry x="300" y="279.37" width="60" height="40" as="geometry"/>
                </mxCell>
                <mxCell id="895" value="3_A2_&lt;br&gt;ADC1_2^" style="text;html=1;strokeColor=#000000;fillColor=none;align=center;verticalAlign=middle;whiteSpace=wrap;rounded=0;fontColor=#000000;" parent="1" vertex="1">
                    <mxGeometry x="300" y="319.37" width="60.2" height="40" as="geometry"/>
                </mxCell>
                <mxCell id="896" value="&lt;span&gt;&lt;font style=&quot;color: light-dark(rgb(237, 237, 237), rgb(255, 255, 255));&quot;&gt;4_A3_&lt;br&gt;ADC1_3&lt;/font&gt;&lt;/span&gt;" style="text;html=1;strokeColor=#000000;fillColor=none;align=center;verticalAlign=middle;whiteSpace=wrap;rounded=0;fontColor=#000000;" parent="1" vertex="1">
                    <mxGeometry x="300" y="359.37" width="59.67" height="40" as="geometry"/>
                </mxCell>
                <mxCell id="897" value="3V3" style="text;html=1;strokeColor=#000000;fillColor=none;align=center;verticalAlign=middle;whiteSpace=wrap;rounded=0;fontColor=#000000;" parent="1" vertex="1">
                    <mxGeometry x="320" y="210" width="40.61" height="20" as="geometry"/>
                </mxCell>
                <mxCell id="898" value="0*" style="text;html=1;strokeColor=#000000;fillColor=none;align=center;verticalAlign=middle;whiteSpace=wrap;rounded=0;fontColor=#000000;" parent="1" vertex="1">
                    <mxGeometry x="320" y="489.37" width="40.61" height="20" as="geometry"/>
                </mxCell>
                <mxCell id="903" value="3V3_LDO2" style="text;html=1;strokeColor=#000000;fillColor=none;align=center;verticalAlign=middle;whiteSpace=wrap;rounded=0;fontColor=#000000;" parent="1" vertex="1">
                    <mxGeometry x="300" y="529.37" width="60.61" height="20" as="geometry"/>
                </mxCell>
                <mxCell id="904" value="3V3" style="text;html=1;strokeColor=#000000;fillColor=none;align=center;verticalAlign=middle;whiteSpace=wrap;rounded=0;fontColor=#000000;" parent="1" vertex="1">
                    <mxGeometry x="370.54" y="530" width="40" height="20" as="geometry"/>
                </mxCell>
                <mxCell id="905" value="" style="line;strokeWidth=2;html=1;strokeColor=#000000;fontColor=#000000;" parent="1" vertex="1">
                    <mxGeometry x="361.2199999999999" y="534.37" width="10" height="10" as="geometry"/>
                </mxCell>
                <mxCell id="908" value="15_A15_&lt;br&gt;ADC2_4" style="text;html=1;strokeColor=#000000;fillColor=none;align=center;verticalAlign=middle;whiteSpace=wrap;rounded=0;fontColor=#000000;" parent="1" vertex="1">
                    <mxGeometry x="300" y="599.37" width="61.22" height="40" as="geometry"/>
                </mxCell>
                <mxCell id="909" value="14_A13_&lt;br&gt;ADC2_3" style="text;html=1;strokeColor=#000000;fillColor=none;align=center;verticalAlign=middle;whiteSpace=wrap;rounded=0;fontColor=#000000;" parent="1" vertex="1">
                    <mxGeometry x="300" y="640.63" width="61.22" height="40" as="geometry"/>
                </mxCell>
                <mxCell id="910" value="12_AD11_&lt;br&gt;ADC2_1&lt;span style=&quot;font-family: monospace; font-size: 0px; text-align: start; text-wrap-mode: nowrap;&quot;&gt;%3CmxGraphModel%3E%3Croot%3E%3CmxCell%20id%3D%220%22%2F%3E%3CmxCell%20id%3D%221%22%20parent%3D%220%22%2F%3E%3CmxCell%20id%3D%222%22%20value%3D%2215_A15_%26lt%3Bbr%26gt%3BADC2_4%22%20style%3D%22text%3Bhtml%3D1%3BstrokeColor%3D%23000000%3BfillColor%3Dnone%3Balign%3Dcenter%3BverticalAlign%3Dmiddle%3BwhiteSpace%3Dwrap%3Brounded%3D0%3BfontColor%3D%23000000%3B%22%20vertex%3D%221%22%20parent%3D%221%22%3E%3CmxGeometry%20x%3D%22251.82%22%20y%3D%22599.37%22%20width%3D%2289.4%22%20height%3D%2240%22%20as%3D%22geometry%22%2F%3E%3C%2FmxCell%3E%3C%2Froot%3E%3C%2FmxGraphModel%3E&lt;/span&gt;" style="text;html=1;strokeColor=#000000;fillColor=none;align=center;verticalAlign=middle;whiteSpace=wrap;rounded=0;fontColor=#000000;" parent="1" vertex="1">
                    <mxGeometry x="300" y="720" width="60" height="40" as="geometry"/>
                </mxCell>
                <mxCell id="911" value="u.FL" style="text;html=1;strokeColor=#000000;fillColor=none;align=center;verticalAlign=middle;whiteSpace=wrap;rounded=0;fontColor=#000000;" parent="1" vertex="1">
                    <mxGeometry x="200" y="800" width="40.07" height="20" as="geometry"/>
                </mxCell>
                <mxCell id="912" value="VBat" style="text;html=1;strokeColor=#000000;fillColor=none;align=center;verticalAlign=middle;whiteSpace=wrap;rounded=0;fontColor=#000000;rotation=90;" parent="1" vertex="1">
                    <mxGeometry x="149.98" y="780" width="39.46" height="20" as="geometry"/>
                </mxCell>
                <mxCell id="916" value="&lt;font style=&quot;color: light-dark(rgb(0, 0, 0), rgb(255, 255, 255));&quot;&gt;9_SCL_&lt;/font&gt;&lt;div&gt;&lt;font style=&quot;color: light-dark(rgb(0, 0, 0), rgb(255, 255, 255));&quot;&gt;ADC1_8&lt;/font&gt;&lt;/div&gt;" style="text;html=1;strokeColor=#000000;fillColor=none;align=center;verticalAlign=middle;whiteSpace=wrap;rounded=0;fontColor=#000000;" parent="1" vertex="1">
                    <mxGeometry x="159.93" y="240" width="50.07" height="40" as="geometry"/>
                </mxCell>
                <mxCell id="917" value="8_SDA_&lt;div&gt;&lt;font style=&quot;color: light-dark(rgb(0, 0, 0), rgb(255, 255, 255));&quot;&gt;ADC1_7&lt;/font&gt;&lt;/div&gt;" style="text;html=1;strokeColor=#000000;fillColor=none;align=center;verticalAlign=middle;whiteSpace=wrap;rounded=0;fontColor=#000000;" parent="1" vertex="1">
                    <mxGeometry x="160.54" y="280" width="49.46" height="40" as="geometry"/>
                </mxCell>
                <mxCell id="918" value="&lt;div&gt;&lt;font style=&quot;color: light-dark(rgb(0, 0, 0), rgb(255, 255, 255));&quot;&gt;SCL&lt;/font&gt;&lt;/div&gt;&lt;div&gt;&lt;font style=&quot;color: light-dark(rgb(0, 0, 0), rgb(255, 255, 255));&quot;&gt;SDA&lt;/font&gt;&lt;/div&gt;&lt;div&gt;&lt;font style=&quot;color: light-dark(rgb(0, 0, 0), rgb(255, 255, 255));&quot;&gt;3V3&lt;br&gt;GND&lt;/font&gt;&lt;/div&gt;" style="text;html=1;strokeColor=#000000;fillColor=none;align=center;verticalAlign=middle;whiteSpace=wrap;rounded=0;fontColor=#000000;" parent="1" vertex="1">
                    <mxGeometry x="220" y="330.32" width="29.39" height="59.68" as="geometry"/>
                </mxCell>
                <mxCell id="919" value="7_&lt;br&gt;ADC1_6" style="text;html=1;strokeColor=#000000;fillColor=none;align=center;verticalAlign=middle;whiteSpace=wrap;rounded=0;fontColor=#000000;" parent="1" vertex="1">
                    <mxGeometry x="160.54000000000002" y="320.32" width="50.07" height="40" as="geometry"/>
                </mxCell>
                <mxCell id="920" value="6_&lt;br&gt;ADC1_6" style="text;html=1;strokeColor=#000000;fillColor=none;align=center;verticalAlign=middle;whiteSpace=wrap;rounded=0;fontColor=#000000;" parent="1" vertex="1">
                    <mxGeometry x="160.54000000000002" y="360.32" width="50.07" height="40" as="geometry"/>
                </mxCell>
                <mxCell id="921" value="I2C" style="text;html=1;strokeColor=#000000;fillColor=none;align=center;verticalAlign=middle;whiteSpace=wrap;rounded=0;fontColor=#000000;rotation=-90;" parent="1" vertex="1">
                    <mxGeometry x="179.98" y="269.98" width="80" height="20" as="geometry"/>
                </mxCell>
                <mxCell id="922" value="GND" style="text;html=1;strokeColor=#000000;fillColor=none;align=center;verticalAlign=middle;whiteSpace=wrap;rounded=0;fontColor=#000000;" parent="1" vertex="1">
                    <mxGeometry x="160.54" y="449.37" width="39.46" height="20" as="geometry"/>
                </mxCell>
                <mxCell id="924" value="" style="group" parent="1" vertex="1" connectable="0">
                    <mxGeometry x="68.67000000000002" y="219.37" width="90.88000000000001" height="100.63" as="geometry"/>
                </mxCell>
                <mxCell id="735" value="" style="group" parent="924" vertex="1" connectable="0">
                    <mxGeometry x="0.8800000000000026" width="90" height="100.63" as="geometry"/>
                </mxCell>
                <mxCell id="505" value="" style="line;strokeWidth=2;html=1;strokeColor=#000000;fontColor=#000000;" parent="735" vertex="1">
                    <mxGeometry x="50" y="35" width="40" height="10" as="geometry"/>
                </mxCell>
                <mxCell id="590" value="" style="rounded=0;whiteSpace=wrap;html=1;fillColor=none;strokeColor=#000000;fontColor=#000000;container=0;" parent="735" vertex="1">
                    <mxGeometry y="20.629999999999995" width="50" height="80" as="geometry"/>
                </mxCell>
                <mxCell id="592" value="SCL" style="text;html=1;strokeColor=#000000;fillColor=none;align=center;verticalAlign=middle;whiteSpace=wrap;rounded=0;fontColor=#000000;container=0;" parent="735" vertex="1">
                    <mxGeometry x="10" y="30.629999999999995" width="40" height="20" as="geometry"/>
                </mxCell>
                <mxCell id="593" value="SDA" style="text;html=1;strokeColor=#000000;fillColor=none;align=center;verticalAlign=middle;whiteSpace=wrap;rounded=0;fontColor=#000000;container=0;" parent="735" vertex="1">
                    <mxGeometry x="10" y="70.63" width="40" height="20" as="geometry"/>
                </mxCell>
                <mxCell id="925" value="JTAG" style="text;html=1;strokeColor=#000000;fillColor=none;align=center;verticalAlign=middle;whiteSpace=wrap;rounded=0;fontColor=#000000;rotation=-90;" parent="1" vertex="1">
                    <mxGeometry x="159.97" y="670" width="139.94" height="20" as="geometry"/>
                </mxCell>
                <mxCell id="944" value="" style="group" parent="1" vertex="1" connectable="0">
                    <mxGeometry x="159.55" y="580" width="60.45000000000002" height="140" as="geometry"/>
                </mxCell>
                <mxCell id="737" value="39_MTCK" style="text;html=1;strokeColor=#000000;fillColor=none;align=center;verticalAlign=middle;whiteSpace=wrap;rounded=0;fontColor=#000000;" parent="944" vertex="1">
                    <mxGeometry x="0.10999999999998522" y="30" width="60.34" height="20" as="geometry"/>
                </mxCell>
                <mxCell id="926" value="40_MTDO" style="text;html=1;strokeColor=#000000;fillColor=none;align=center;verticalAlign=middle;whiteSpace=wrap;rounded=0;fontColor=#000000;" parent="944" vertex="1">
                    <mxGeometry y="69.37" width="60.34" height="20" as="geometry"/>
                </mxCell>
                <mxCell id="928" value="41_MTDI" style="text;html=1;strokeColor=#000000;fillColor=none;align=center;verticalAlign=middle;whiteSpace=wrap;rounded=0;fontColor=#000000;" parent="944" vertex="1">
                    <mxGeometry y="109.97000000000003" width="60.34" height="20" as="geometry"/>
                </mxCell>
                <mxCell id="929" value="42_MTMS" style="text;html=1;strokeColor=#000000;fillColor=none;align=center;verticalAlign=middle;whiteSpace=wrap;rounded=0;fontColor=#000000;" parent="944" vertex="1">
                    <mxGeometry x="0.11000000000001364" y="150" width="60.34" height="20" as="geometry"/>
                </mxCell>
                <mxCell id="123" value="38" style="text;html=1;strokeColor=#000000;fillColor=none;align=center;verticalAlign=middle;whiteSpace=wrap;rounded=0;fontColor=#000000;" parent="944" vertex="1">
                    <mxGeometry x="0.10999999999998522" y="-10" width="50" height="20" as="geometry"/>
                </mxCell>
                <mxCell id="977" value="" style="line;strokeWidth=2;html=1;strokeColor=#000000;fontColor=#000000;" parent="1" vertex="1">
                    <mxGeometry x="119.55000000000001" y="295" width="40" height="10" as="geometry"/>
                </mxCell>
                <mxCell id="998" value="" style="rounded=0;whiteSpace=wrap;html=1;fillColor=none;strokeColor=#000000;fontColor=#000000;" parent="1" vertex="1">
                    <mxGeometry x="430" y="200.64" width="58.78" height="40" as="geometry"/>
                </mxCell>
                <mxCell id="1009" value="" style="group" parent="1" vertex="1" connectable="0">
                    <mxGeometry x="140" y="880" width="240" height="100" as="geometry"/>
                </mxCell>
                <mxCell id="1010" value="Power (IV) Sensor" style="text;html=1;strokeColor=none;fillColor=none;align=left;verticalAlign=middle;whiteSpace=wrap;rounded=0;fontColor=#000000;container=0;" parent="1009" vertex="1">
                    <mxGeometry x="60" width="180" height="20" as="geometry"/>
                </mxCell>
                <mxCell id="1011" value="" style="line;strokeWidth=2;html=1;strokeColor=#000000;fontColor=#000000;container=0;" parent="1009" vertex="1">
                    <mxGeometry x="50" y="35" width="10" height="10" as="geometry"/>
                </mxCell>
                <mxCell id="1012" value="" style="line;strokeWidth=2;html=1;strokeColor=#000000;fontColor=#000000;container=0;" parent="1009" vertex="1">
                    <mxGeometry x="50" y="75" width="10" height="10" as="geometry"/>
                </mxCell>
                <mxCell id="1013" value="" style="rounded=0;whiteSpace=wrap;html=1;fillColor=none;strokeColor=#000000;fontColor=#000000;container=0;" parent="1009" vertex="1">
                    <mxGeometry x="60" y="20" width="110" height="80" as="geometry"/>
                </mxCell>
                <mxCell id="1014" value="VDD3V3" style="text;html=1;strokeColor=#000000;fillColor=none;align=center;verticalAlign=middle;whiteSpace=wrap;rounded=0;fontColor=#000000;container=0;" parent="1009" vertex="1">
                    <mxGeometry x="120" y="30" width="50" height="20" as="geometry"/>
                </mxCell>
                <mxCell id="1015" value="GND" style="text;html=1;strokeColor=#000000;fillColor=none;align=center;verticalAlign=middle;whiteSpace=wrap;rounded=0;fontColor=#000000;container=0;" parent="1009" vertex="1">
                    <mxGeometry x="120" y="70" width="50" height="20" as="geometry"/>
                </mxCell>
                <mxCell id="1016" value="SDA" style="text;html=1;strokeColor=#000000;fillColor=none;align=center;verticalAlign=middle;whiteSpace=wrap;rounded=0;fontColor=#000000;container=0;" parent="1009" vertex="1">
                    <mxGeometry x="60" y="30" width="50" height="20" as="geometry"/>
                </mxCell>
                <mxCell id="1017" value="SCL" style="text;html=1;strokeColor=#000000;fillColor=none;align=center;verticalAlign=middle;whiteSpace=wrap;rounded=0;fontColor=#000000;container=0;" parent="1009" vertex="1">
                    <mxGeometry x="60" y="70" width="50" height="20" as="geometry"/>
                </mxCell>
                <mxCell id="1018" value="GND" style="text;html=1;strokeColor=#000000;fillColor=none;align=center;verticalAlign=middle;whiteSpace=wrap;rounded=0;fontColor=#000000;container=0;rotation=-90;" parent="1009" vertex="1">
                    <mxGeometry x="170" y="70" width="40" height="20" as="geometry"/>
                </mxCell>
                <mxCell id="1019" value="3V3" style="text;html=1;strokeColor=#000000;fillColor=none;align=center;verticalAlign=middle;whiteSpace=wrap;rounded=0;fontColor=#000000;container=0;" parent="1009" vertex="1">
                    <mxGeometry x="180" y="30" width="40" height="20" as="geometry"/>
                </mxCell>
                <mxCell id="1020" value="" style="line;strokeWidth=2;html=1;strokeColor=#000000;fontColor=#000000;container=0;" parent="1009" vertex="1">
                    <mxGeometry x="170" y="35" width="10" height="10" as="geometry"/>
                </mxCell>
                <mxCell id="1021" value="" style="line;strokeWidth=2;html=1;strokeColor=#000000;fontColor=#000000;container=0;" parent="1009" vertex="1">
                    <mxGeometry x="170" y="75" width="10" height="10" as="geometry"/>
                </mxCell>
                <mxCell id="1022" value="" style="rounded=0;whiteSpace=wrap;html=1;fillColor=none;strokeColor=#000000;fontColor=#000000;container=0;" parent="1009" vertex="1">
                    <mxGeometry y="20" width="50" height="80" as="geometry"/>
                </mxCell>
                <mxCell id="1023" value="I2C Bus" style="text;html=1;strokeColor=none;fillColor=none;align=left;verticalAlign=middle;whiteSpace=wrap;rounded=0;fontColor=#000000;container=0;" parent="1009" vertex="1">
                    <mxGeometry width="50" height="20" as="geometry"/>
                </mxCell>
                <mxCell id="1024" value="SDA" style="text;html=1;strokeColor=#000000;fillColor=none;align=center;verticalAlign=middle;whiteSpace=wrap;rounded=0;fontColor=#000000;container=0;" parent="1009" vertex="1">
                    <mxGeometry x="10" y="30" width="40" height="20" as="geometry"/>
                </mxCell>
                <mxCell id="1025" value="SCL" style="text;html=1;strokeColor=#000000;fillColor=none;align=center;verticalAlign=middle;whiteSpace=wrap;rounded=0;fontColor=#000000;container=0;" parent="1009" vertex="1">
                    <mxGeometry x="10" y="70" width="40" height="20" as="geometry"/>
                </mxCell>
                <mxCell id="1041" value="" style="group" parent="1" vertex="1" connectable="0">
                    <mxGeometry x="560" y="880" width="110.68" height="100" as="geometry"/>
                </mxCell>
                <mxCell id="1027" value="" style="rounded=0;whiteSpace=wrap;html=1;fillColor=none;strokeColor=#000000;fontColor=#000000;container=0;" parent="1041" vertex="1">
                    <mxGeometry y="20" width="50" height="80" as="geometry"/>
                </mxCell>
                <mxCell id="1028" value="ESTOP Header" style="text;html=1;strokeColor=none;fillColor=none;align=left;verticalAlign=middle;whiteSpace=wrap;rounded=0;fontColor=#000000;container=0;" parent="1041" vertex="1">
                    <mxGeometry width="110.68" height="20" as="geometry"/>
                </mxCell>
                <mxCell id="1029" value="ESTOP" style="text;html=1;strokeColor=#000000;fillColor=none;align=center;verticalAlign=middle;whiteSpace=wrap;rounded=0;fontColor=#000000;" parent="1041" vertex="1">
                    <mxGeometry y="30" width="50" height="20" as="geometry"/>
                </mxCell>
                <mxCell id="1030" value="GND" style="text;html=1;strokeColor=#000000;fillColor=none;align=center;verticalAlign=middle;whiteSpace=wrap;rounded=0;fontColor=#000000;container=0;" parent="1041" vertex="1">
                    <mxGeometry y="60" width="50" height="25" as="geometry"/>
                </mxCell>
                <mxCell id="1031" value="" style="line;strokeWidth=2;html=1;strokeColor=#000000;fontColor=#000000;container=0;" parent="1041" vertex="1">
                    <mxGeometry x="50" y="67.5" width="10" height="10" as="geometry"/>
                </mxCell>
                <mxCell id="1032" value="GND" style="text;html=1;strokeColor=#000000;fillColor=none;align=center;verticalAlign=middle;whiteSpace=wrap;rounded=0;fontColor=#000000;container=0;rotation=-90;" parent="1041" vertex="1">
                    <mxGeometry x="50" y="65" width="40" height="20" as="geometry"/>
                </mxCell>
                <mxCell id="1033" value="ESTOP" style="text;html=1;strokeColor=#000000;fillColor=none;align=center;verticalAlign=middle;whiteSpace=wrap;rounded=0;fontColor=#000000;" parent="1041" vertex="1">
                    <mxGeometry x="60" y="30" width="50" height="20" as="geometry"/>
                </mxCell>
                <mxCell id="1034" value="" style="line;strokeWidth=2;html=1;strokeColor=#000000;fontColor=#000000;container=0;" parent="1041" vertex="1">
                    <mxGeometry x="50" y="35" width="10" height="10" as="geometry"/>
                </mxCell>
                <mxCell id="1042" value="" style="group" parent="1" vertex="1" connectable="0">
                    <mxGeometry x="420" y="200.64000000000001" width="98.78000000000003" height="40.629999999999995" as="geometry"/>
                </mxCell>
                <mxCell id="1001" value="3V3" style="text;html=1;strokeColor=#000000;fillColor=none;align=center;verticalAlign=middle;whiteSpace=wrap;rounded=0;fontColor=#000000;rotation=-90;" parent="1042" vertex="1">
                    <mxGeometry x="68.78000000000003" y="10" width="40" height="20" as="geometry"/>
                </mxCell>
                <mxCell id="1003" value="2 Position Jumper" style="text;html=1;strokeColor=none;fillColor=none;align=left;verticalAlign=middle;whiteSpace=wrap;rounded=0;fontColor=#000000;" parent="1042" vertex="1">
                    <mxGeometry x="9.32000000000005" width="58.78" height="40.63" as="geometry"/>
                </mxCell>
                <mxCell id="1006" value="" style="line;strokeWidth=2;html=1;strokeColor=#000000;fontColor=#000000;" parent="1042" vertex="1">
                    <mxGeometry x="68.78000000000003" y="15" width="10" height="10" as="geometry"/>
                </mxCell>
                <mxCell id="1048" value="" style="group" parent="1" vertex="1" connectable="0">
                    <mxGeometry x="120.00000000000001" y="780" width="40.30000000000004" height="20" as="geometry"/>
                </mxCell>
                <mxCell id="1047" value="" style="line;strokeWidth=2;html=1;strokeColor=#B7B7B7;fontColor=#000000;container=0;" parent="1048" vertex="1">
                    <mxGeometry x="30.30000000000004" y="5" width="10" height="10" as="geometry"/>
                </mxCell>
                <mxCell id="1046" value="NC" style="text;html=1;strokeColor=#B7B7B7;fillColor=none;align=center;verticalAlign=middle;whiteSpace=wrap;rounded=0;fontColor=#B7B7B7;" parent="1048" vertex="1">
                    <mxGeometry width="30.3" height="20" as="geometry"/>
                </mxCell>
                <mxCell id="591" value="I2C Bus" style="text;html=1;strokeColor=none;fillColor=none;align=left;verticalAlign=middle;whiteSpace=wrap;rounded=0;fontColor=#000000;container=0;" parent="1" vertex="1">
                    <mxGeometry x="69.55000000000001" y="320" width="50" height="20" as="geometry"/>
                </mxCell>
                <mxCell id="1060" value="RESERVED&lt;div&gt;(Fiber/ UART)&lt;/div&gt;" style="text;html=1;strokeColor=#000000;fillColor=none;align=center;verticalAlign=middle;whiteSpace=wrap;rounded=0;fontColor=#000000;rotation=0;" parent="1" vertex="1">
                    <mxGeometry x="80" y="490" width="70" height="60" as="geometry"/>
                </mxCell>
                <mxCell id="1062" value="RESERVED&lt;div&gt;(JATG)&lt;/div&gt;" style="text;html=1;strokeColor=#000000;fillColor=none;align=center;verticalAlign=middle;whiteSpace=wrap;rounded=0;fontColor=#000000;rotation=-90;" parent="1" vertex="1">
                    <mxGeometry x="60" y="659.65" width="139.95" height="40.7" as="geometry"/>
                </mxCell>
                <mxCell id="1057" value="&lt;span&gt;&lt;font style=&quot;color: light-dark(rgb(237, 237, 237), rgb(255, 255, 255));&quot;&gt;^ Boot JTAG Control (DFLT: No Effect)&lt;/font&gt;&lt;/span&gt;" style="text;html=1;strokeColor=none;fillColor=none;align=left;verticalAlign=middle;whiteSpace=wrap;rounded=0;fontColor=#000000;" parent="1" vertex="1">
                    <mxGeometry x="160" y="840" width="210" height="20" as="geometry"/>
                </mxCell>
                <mxCell id="1064" value="ESTOP" style="text;html=1;strokeColor=#000000;fillColor=none;align=center;verticalAlign=middle;whiteSpace=wrap;rounded=0;fontColor=#000000;" parent="1" vertex="1">
                    <mxGeometry x="370.54" y="409.37" width="40" height="20" as="geometry"/>
                </mxCell>
                <mxCell id="1066" value="" style="line;strokeWidth=2;html=1;strokeColor=#000000;fontColor=#000000;" parent="1" vertex="1">
                    <mxGeometry x="359.32" y="414.69" width="10" height="10" as="geometry"/>
                </mxCell>
-                 <mxCell id="1067" value="&lt;font style=&quot;&quot;&gt;&lt;span style=&quot;color: light-dark(rgb(0, 0, 0), rgb(255, 255, 255)); scrollbar-color: rgb(75, 75, 75) rgb(27, 29, 30); text-wrap-mode: nowrap; text-align: center;&quot;&gt;1 - 11μF&amp;nbsp;&lt;/span&gt;&lt;font&gt;&lt;span style=&quot;text-align: center; text-wrap-mode: nowrap; background-color: transparent;&quot;&gt;&lt;font style=&quot;color: light-dark(rgb(0, 0, 0), rgb(255, 255, 255));&quot;&gt;bypassed&lt;/font&gt;&lt;/span&gt;&lt;span style=&quot;color: light-dark(rgb(0, 0, 0), rgb(255, 255, 255)); font-family: monospace; font-size: 0px; text-wrap-mode: nowrap;&quot;&gt;%3CmxGraphModel%3E%3Croot%3E%3CmxCell%20id%3D%220%22%2F%3E%3CmxCell%20id%3D%221%22%20parent%3D%220%22%2F%3E%3CmxCell%20id%3D%222%22%20value%3D%22100nF%22%20style%3D%22pointerEvents%3D1%3BverticalLabelPosition%3Dbottom%3Bshadow%3D0%3Bdashed%3D0%3Balign%3Dcenter%3Bhtml%3D1%3BverticalAlign%3Dtop%3Bshape%3Dmxgraph.electrical.capacitors.capacitor_1%3Brotation%3D-90%3B%22%20vertex%3D%221%22%20parent%3D%221%22%3E%3CmxGeometry%20x%3D%22105.02000000000001%22%20y%3D%22209.18%22%20width%3D%2280.5%22%20height%3D%2221.63%22%20as%3D%22geometry%22%2F%3E%3C%2FmxCell%3E%3C%2Froot%3E%3C%2FmxGraphModel%3E&lt;/span&gt;&lt;/font&gt;&lt;/font&gt;" style="shape=note;size=20;whiteSpace=wrap;html=1;strokeColor=#000000;fontColor=#000000;fillColor=none;align=left;" parent="1" vertex="1">
-                     <mxGeometry x="460.5" y="170" width="129.5" height="20" as="geometry"/>
+                 <mxCell id="1067" value="&lt;font style=&quot;&quot;&gt;&lt;span style=&quot;color: light-dark(rgb(0, 0, 0), rgb(255, 255, 255)); scrollbar-color: rgb(75, 75, 75) rgb(27, 29, 30); text-wrap-mode: nowrap; text-align: center;&quot;&gt;1 - 11μF&lt;/span&gt;&lt;/font&gt;&lt;div&gt;&lt;font style=&quot;&quot;&gt;&lt;font&gt;&lt;span style=&quot;text-align: center; text-wrap-mode: nowrap; background-color: transparent;&quot;&gt;&lt;font style=&quot;color: light-dark(rgb(0, 0, 0), rgb(255, 255, 255));&quot;&gt;bypassed&lt;/font&gt;&lt;/span&gt;&lt;span style=&quot;color: light-dark(rgb(0, 0, 0), rgb(255, 255, 255)); font-family: monospace; font-size: 0px; text-wrap-mode: nowrap;&quot;&gt;%3CmxGraphModel%3E%3Croot%3E%3CmxCell%20id%3D%220%22%2F%3E%3CmxCell%20id%3D%221%22%20parent%3D%220%22%2F%3E%3CmxCell%20id%3D%222%22%20value%3D%22100nF%22%20style%3D%22pointerEvents%3D1%3BverticalLabelPosition%3Dbottom%3Bshadow%3D0%3Bdashed%3D0%3Balign%3Dcenter%3Bhtml%3D1%3BverticalAlign%3Dtop%3Bshape%3Dmxgraph.electrical.capacitors.capacitor_1%3Brotation%3D-90%3B%22%20vertex%3D%221%22%20parent%3D%221%22%3E%3CmxGeometry%20x%3D%22105.02000000000001%22%20y%3D%22209.18%22%20width%3D%2280.5%22%20height%3D%2221.63%22%20as%3D%22geometry%22%2F%3E%3C%2FmxCell%3E%3C%2Froot%3E%3C%2FmxGraphModel%3E&lt;/span&gt;&lt;/font&gt;&lt;/font&gt;&lt;/div&gt;" style="shape=note;size=20;whiteSpace=wrap;html=1;strokeColor=#000000;fontColor=#000000;fillColor=none;align=left;" parent="1" vertex="1">
+                     <mxGeometry x="500" y="150" width="80" height="40" as="geometry"/>
                </mxCell>
                <mxCell id="112" value="" style="line;strokeWidth=2;html=1;strokeColor=#000000;fontColor=#000000;" parent="1" vertex="1">
                    <mxGeometry x="360" y="215.32" width="70" height="10" as="geometry"/>
                </mxCell>
-                 <mxCell id="1070" value="100nF" style="pointerEvents=1;verticalLabelPosition=bottom;shadow=0;dashed=0;align=center;html=1;verticalAlign=top;shape=mxgraph.electrical.capacitors.capacitor_1;rotation=-90;" parent="1" vertex="1">
+                 <mxCell id="1070" value="&lt;font style=&quot;scrollbar-color: rgb(75, 75, 75) rgb(27, 29, 30); color: light-dark(rgb(0, 0, 0), rgb(255, 255, 255));&quot;&gt;2x22uF&lt;/font&gt;&lt;div style=&quot;scrollbar-color: rgb(75, 75, 75) rgb(27, 29, 30);&quot;&gt;&lt;font style=&quot;color: light-dark(rgb(0, 0, 0), rgb(255, 255, 255));&quot;&gt;&lt;font style=&quot;scrollbar-color: rgb(75, 75, 75) rgb(27, 29, 30);&quot;&gt;(&amp;lt;= 0603),&lt;/font&gt;&lt;br style=&quot;scrollbar-color: rgb(75, 75, 75) rgb(27, 29, 30);&quot;&gt;&lt;/font&gt;&lt;/div&gt;&lt;div style=&quot;scrollbar-color: rgb(75, 75, 75) rgb(27, 29, 30);&quot;&gt;&lt;font style=&quot;scrollbar-color: rgb(75, 75, 75) rgb(27, 29, 30); color: light-dark(rgb(0, 0, 0), rgb(255, 255, 255));&quot;&gt;+ 1x1uF&lt;/font&gt;&lt;/div&gt;&lt;div style=&quot;scrollbar-color: rgb(75, 75, 75) rgb(27, 29, 30);&quot;&gt;&lt;font style=&quot;scrollbar-color: rgb(75, 75, 75) rgb(27, 29, 30); color: light-dark(rgb(0, 0, 0), rgb(255, 255, 255));&quot;&gt;(&amp;lt;= 0402)&lt;/font&gt;&lt;/div&gt;" style="pointerEvents=1;verticalLabelPosition=bottom;shadow=0;dashed=0;align=center;html=1;verticalAlign=top;shape=mxgraph.electrical.capacitors.capacitor_1;rotation=-90;" parent="1" vertex="1">
                    <mxGeometry x="380.00000000000006" y="170" width="80.5" height="21.63" as="geometry"/>
                </mxCell>
                <mxCell id="1071" value="" style="group" parent="1" vertex="1" connectable="0">
                    <mxGeometry x="360.00000000000006" y="170" width="41.21999999999997" height="20" as="geometry"/>
                </mxCell>
                <mxCell id="202" value="NC" style="text;html=1;strokeColor=#B7B7B7;fillColor=none;align=center;verticalAlign=middle;whiteSpace=wrap;rounded=0;fontColor=#B7B7B7;" parent="1071" vertex="1">
                    <mxGeometry x="9.99999999999996" width="30.3" height="20" as="geometry"/>
                </mxCell>
                <mxCell id="203" value="" style="line;strokeWidth=2;html=1;strokeColor=#B7B7B7;fontColor=#000000;" parent="1071" vertex="1">
                    <mxGeometry y="4.3700000000000045" width="10" height="10" as="geometry"/>
                </mxCell>
            </root>
        </mxGraphModel>
    </diagram>
</mxfile>